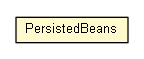
trajano/app keeps this Graphviz diagram as apidocs/net/trajano/app/PersistedBeans.png. Above is the earlier version. Its source is kept beside it as apidocs/net/trajano/app/PersistedBeans.dot. Source of this version:
```dot

digraph G {
	edge [fontname="arial",fontsize=10,labelfontname="arial",labelfontsize=10];
	node [fontname="arial",fontsize=10,shape=plaintext];
	nodesep=0.25;
	ranksep=0.5;
	c728 [label=<<table title="net.trajano.app.PersistedBeans" border="0" cellborder="1" cellspacing="0" cellpadding="2" port="p" bgcolor="lemonChiffon" href="./PersistedBeans.html">
		<tr><td><table border="0" cellspacing="0" cellpadding="1">
<tr><td align="center" balign="center"> PersistedBeans </td></tr>
		</table></td></tr>
		</table>>, URL="./PersistedBeans.html", fontname="arial", fontcolor="black", fontsize=10.0];
}
```
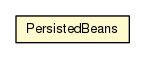
The same file after the commit.

Change to the diagram source:
```diff
@@ -1,12 +1,12 @@
 
 digraph G {
-	edge [fontname="arial",fontsize=10,labelfontname="arial",labelfontsize=10];
-	node [fontname="arial",fontsize=10,shape=plaintext];
+	edge [fontname="Helvetica",fontsize=10,labelfontname="Helvetica",labelfontsize=10];
+	node [fontname="Helvetica",fontsize=10,shape=plaintext];
 	nodesep=0.25;
 	ranksep=0.5;
-	c728 [label=<<table title="net.trajano.app.PersistedBeans" border="0" cellborder="1" cellspacing="0" cellpadding="2" port="p" bgcolor="lemonChiffon" href="./PersistedBeans.html">
+	c760 [label=<<table title="net.trajano.app.PersistedBeans" border="0" cellborder="1" cellspacing="0" cellpadding="2" port="p" bgcolor="lemonChiffon" href="./PersistedBeans.html">
 		<tr><td><table border="0" cellspacing="0" cellpadding="1">
 <tr><td align="center" balign="center"> PersistedBeans </td></tr>
 		</table></td></tr>
-		</table>>, URL="./PersistedBeans.html", fontname="arial", fontcolor="black", fontsize=10.0];
+		</table>>, URL="./PersistedBeans.html", fontname="Helvetica", fontcolor="black", fontsize=10.0];
 }
```
